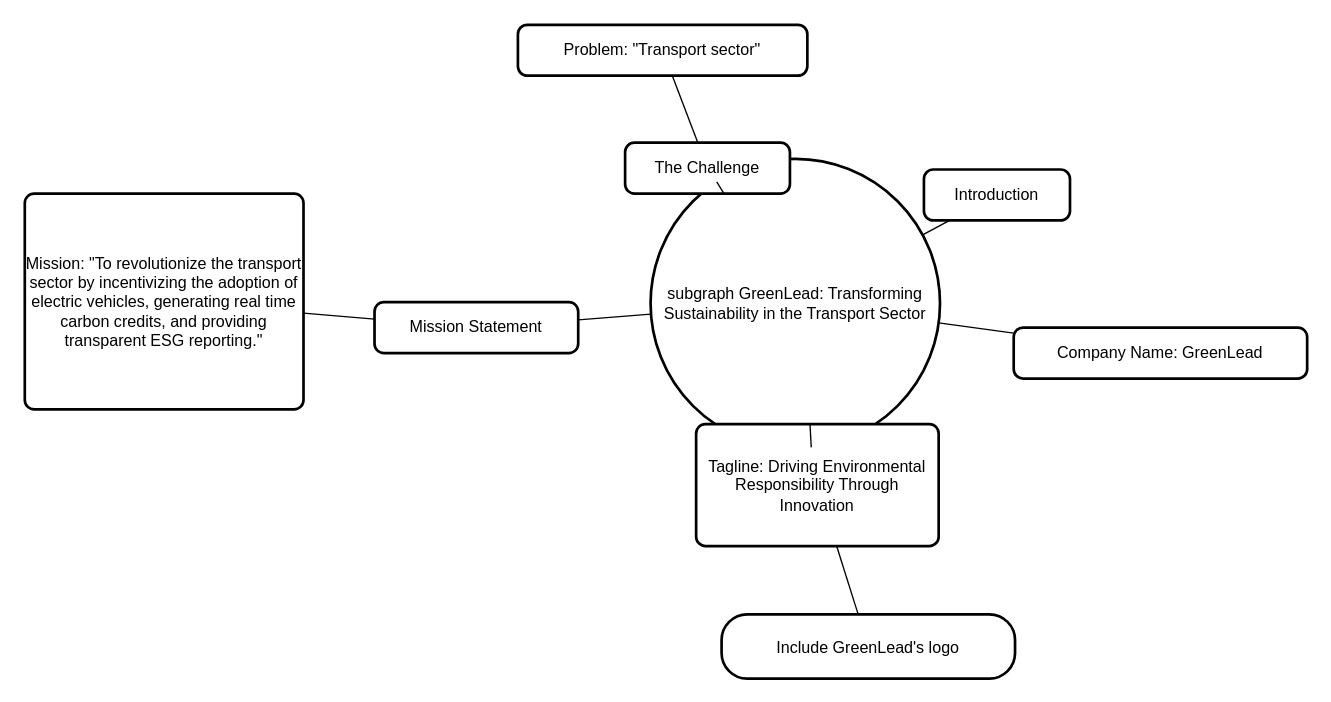
The draw.io diagram Untitled Diagram.drawio in Collins07/test-sample, before the edit. Source tidied: cells renumbered, new cells numbered last; positions are measured from the earlier drawing's top-left corner, leaving out a move shared by most shapes. Both pictures are drawn from the tidied source at 134%, with x=0, y=0 at pixel (24, 24).
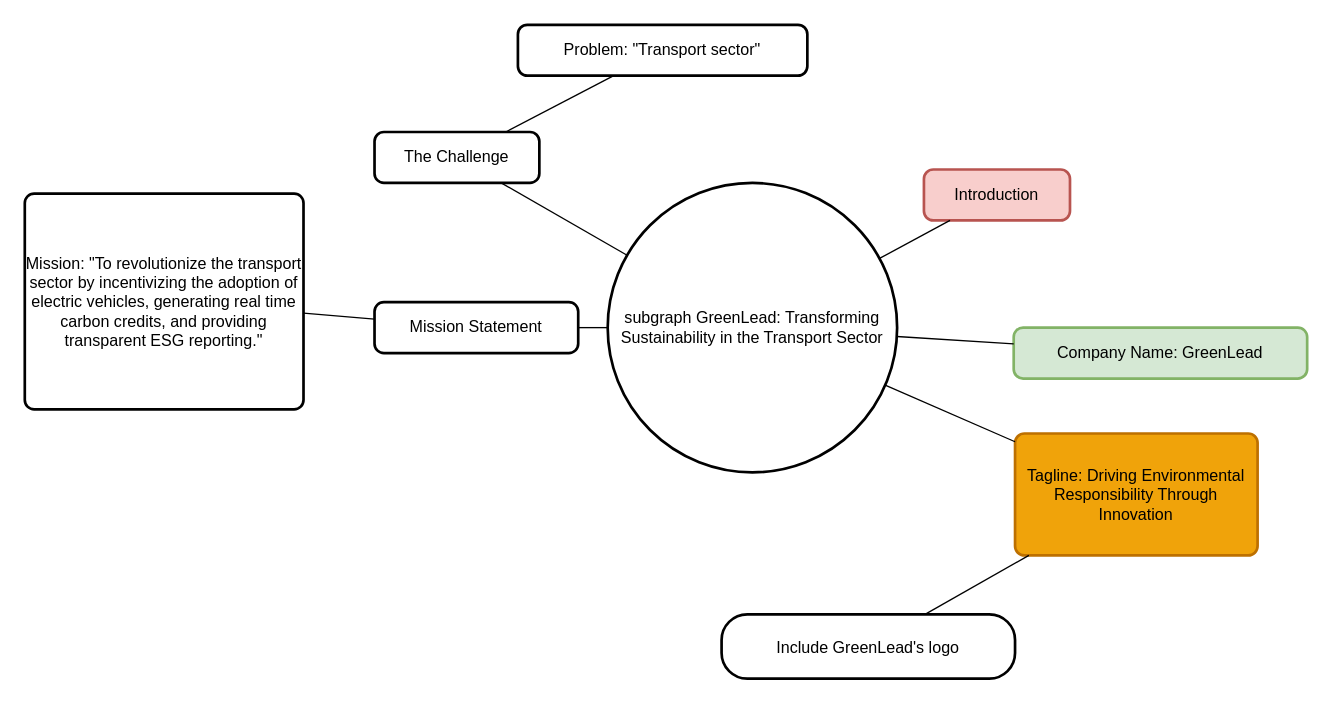
Above is the later version.

Change to the diagram source:
```diff
@@
 <mxGraphModel>
   <root>
     <mxCell id="0" />
     <mxCell id="1" parent="0" />
     <mxCell id="2" value="subgraph GreenLead: Transforming Sustainability in the Transport Sector" style="ellipse;strokeWidth=2;whiteSpace=wrap;" parent="1" vertex="1">
-      <mxGeometry x="467" y="100" width="216" height="216" as="geometry" />
+      <mxGeometry x="435" y="118" width="216" height="216" as="geometry" />
     </mxCell>
-    <mxCell id="3" value="Introduction" style="rounded=1;absoluteArcSize=1;arcSize=14;whiteSpace=wrap;strokeWidth=2;" parent="1" vertex="1">
+    <mxCell id="3" value="Introduction" style="rounded=1;absoluteArcSize=1;arcSize=14;whiteSpace=wrap;strokeWidth=2;fillColor=#f8cecc;strokeColor=#b85450;" parent="1" vertex="1">
       <mxGeometry x="671" y="108" width="109" height="38" as="geometry" />
     </mxCell>
-    <mxCell id="4" value="Company Name: GreenLead" style="rounded=1;absoluteArcSize=1;arcSize=14;whiteSpace=wrap;strokeWidth=2;" parent="1" vertex="1">
+    <mxCell id="4" value="Company Name: GreenLead" style="rounded=1;absoluteArcSize=1;arcSize=14;whiteSpace=wrap;strokeWidth=2;fillColor=#d5e8d4;strokeColor=#82b366;" parent="1" vertex="1">
       <mxGeometry x="738" y="226" width="219" height="38" as="geometry" />
     </mxCell>
-    <mxCell id="5" value="Tagline: Driving Environmental Responsibility Through Innovation" style="rounded=1;absoluteArcSize=1;arcSize=14;whiteSpace=wrap;strokeWidth=2;" parent="1" vertex="1">
-      <mxGeometry x="501" y="298" width="181" height="91" as="geometry" />
+    <mxCell id="5" value="Tagline: Driving Environmental Responsibility Through Innovation" style="rounded=1;absoluteArcSize=1;arcSize=14;whiteSpace=wrap;strokeWidth=2;fillColor=#f0a30a;fontColor=#000000;strokeColor=#BD7000;" parent="1" vertex="1">
+      <mxGeometry x="739" y="305" width="181" height="91" as="geometry" />
     </mxCell>
     <mxCell id="6" value="Include GreenLead's logo" style="rounded=1;arcSize=40;strokeWidth=2;" parent="1" vertex="1">
       <mxGeometry x="520" y="440" width="219" height="48" as="geometry" />
     </mxCell>
     <mxCell id="7" value="Mission Statement" style="rounded=1;absoluteArcSize=1;arcSize=14;whiteSpace=wrap;strokeWidth=2;" parent="1" vertex="1">
       <mxGeometry x="261" y="207" width="152" height="38" as="geometry" />
     </mxCell>
     <mxCell id="8" value="Mission: &quot;To revolutionize the transport sector by incentivizing the adoption of electric vehicles, generating real time carbon credits, and providing transparent ESG reporting.&quot;" style="rounded=1;absoluteArcSize=1;arcSize=14;whiteSpace=wrap;strokeWidth=2;" parent="1" vertex="1">
       <mxGeometry y="126" width="208" height="161" as="geometry" />
     </mxCell>
     <mxCell id="9" value="The Challenge" style="rounded=1;absoluteArcSize=1;arcSize=14;whiteSpace=wrap;strokeWidth=2;" parent="1" vertex="1">
-      <mxGeometry x="448" y="88" width="123" height="38" as="geometry" />
+      <mxGeometry x="261" y="80" width="123" height="38" as="geometry" />
     </mxCell>
     <mxCell id="10" value="Problem: &quot;Transport sector&quot;" style="rounded=1;absoluteArcSize=1;arcSize=14;whiteSpace=wrap;strokeWidth=2;" parent="1" vertex="1">
       <mxGeometry x="368" width="216" height="38" as="geometry" />
     </mxCell>
     <mxCell id="11" style="endArrow=none;" parent="1" edge="1" source="2" target="3">
       <mxGeometry relative="1" as="geometry" />
     </mxCell>
     <mxCell id="12" style="endArrow=none;" parent="1" edge="1" source="2" target="4">
       <mxGeometry relative="1" as="geometry" />
     </mxCell>
     <mxCell id="13" style="endArrow=none;" parent="1" edge="1" source="2" target="5">
       <mxGeometry relative="1" as="geometry" />
     </mxCell>
     <mxCell id="14" style="endArrow=none;" parent="1" edge="1" source="2" target="7">
       <mxGeometry relative="1" as="geometry" />
     </mxCell>
     <mxCell id="15" style="endArrow=none;" parent="1" edge="1" source="2" target="9">
       <mxGeometry relative="1" as="geometry" />
     </mxCell>
     <mxCell id="16" style="endArrow=none;" parent="1" edge="1" source="5" target="6">
       <mxGeometry relative="1" as="geometry" />
     </mxCell>
     <mxCell id="17" style="endArrow=none;" parent="1" edge="1" source="7" target="8">
       <mxGeometry relative="1" as="geometry" />
     </mxCell>
     <mxCell id="18" style="endArrow=none;" parent="1" edge="1" source="9" target="10">
       <mxGeometry relative="1" as="geometry" />
     </mxCell>
   </root>
 </mxGraphModel>
```
